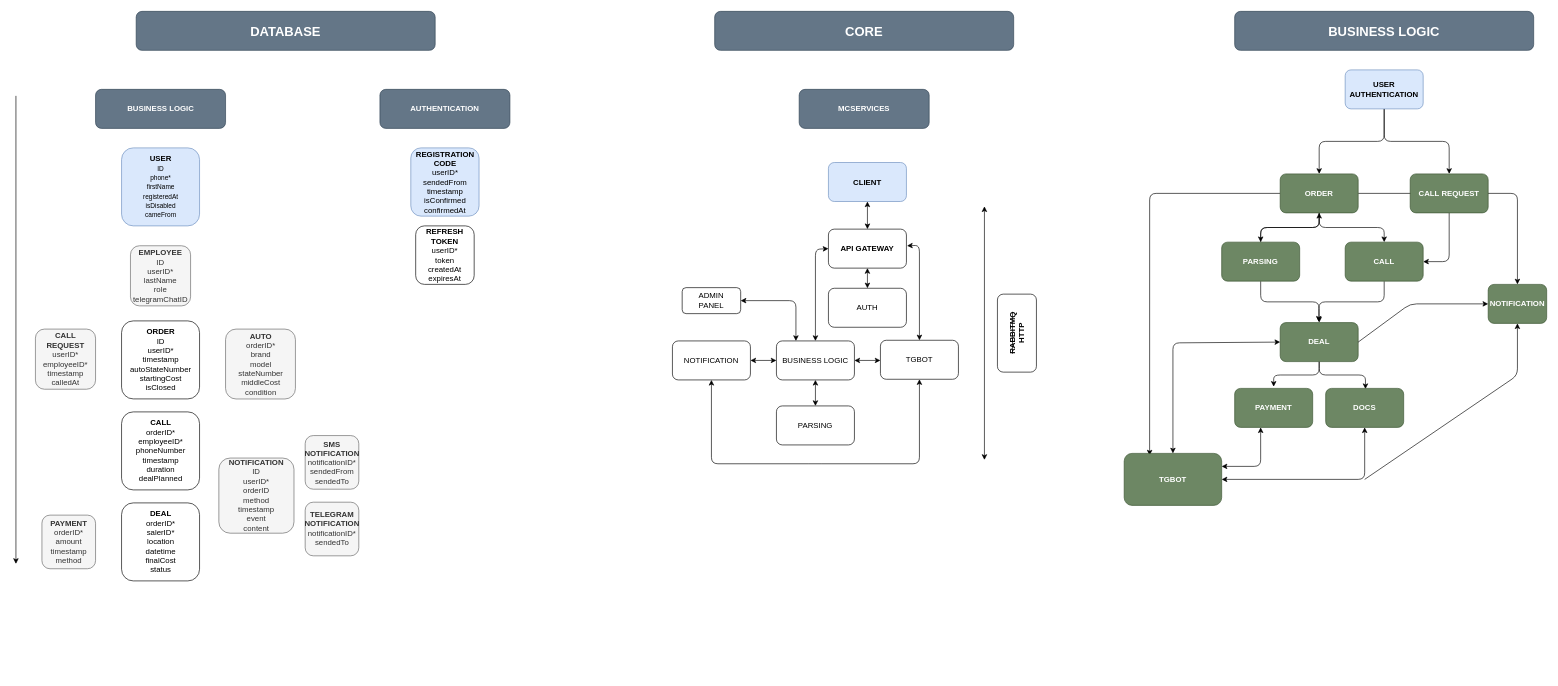
Dahaka1/GetAuto keeps this draw.io diagram as docs/AppDiagram.drawio. Above is the earlier version. Source tidied: cells renumbered, new cells numbered last; positions are measured from the earlier drawing's top-left corner, leaving out a move shared by most shapes. Both pictures are drawn from the tidied source at 65%, with x=0, y=0 at pixel (16, 11).
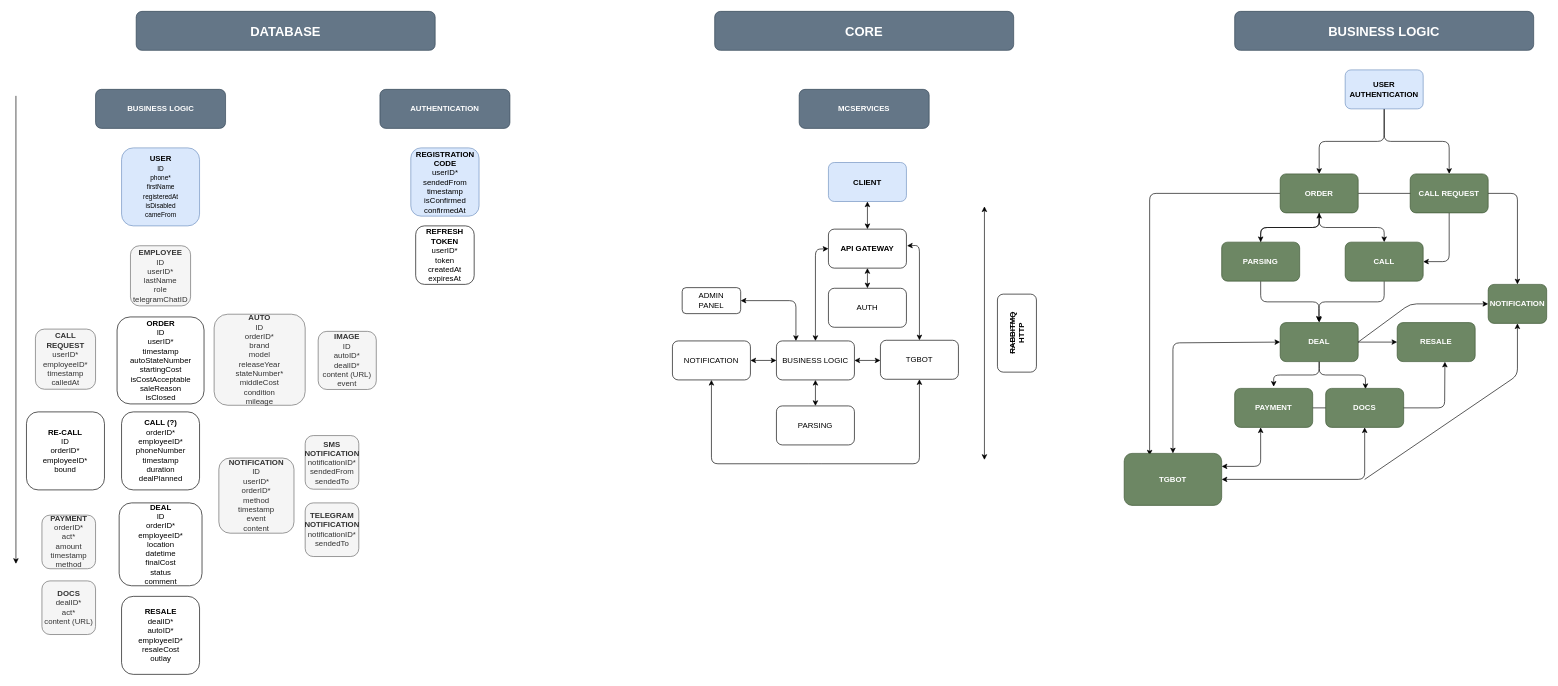
Above is the later version.

Unchanged cells that the change refers to:
```xml
<mxCell id="53" value="DEAL" style="rounded=1;whiteSpace=wrap;html=1;fillColor=#6d8764;fontColor=#ffffff;strokeColor=#3A5431;fontStyle=1;" parent="1" vertex="1">
  <mxGeometry x="1945" y="478.8" width="120" height="60" as="geometry" />
</mxCell>
<mxCell id="54" value="PAYMENT" style="rounded=1;whiteSpace=wrap;html=1;fillColor=#6d8764;fontColor=#ffffff;strokeColor=#3A5431;fontStyle=1;" parent="1" vertex="1">
  <mxGeometry x="1875" y="580" width="120" height="60" as="geometry" />
</mxCell>
```

What changed in the source:
```diff
@@
+    <mxCell id="68" style="endArrow=classic;html=1;rounded=1;exitX=1;exitY=0.5;exitDx=0;exitDy=0;entryX=0.612;entryY=1.004;entryDx=0;entryDy=0;entryPerimeter=0;" parent="1" edge="1" source="54" target="73">
+      <mxGeometry relative="1" as="geometry">
+        <Array as="points">
+          <mxPoint x="2198" y="610" />
+        </Array>
+      </mxGeometry>
+    </mxCell>
@@
-    <mxCell id="4" value="&lt;b&gt;AUTO&lt;/b&gt;&lt;br&gt;orderID*&lt;br&gt;brand&lt;br&gt;model&lt;br&gt;stateNumber&lt;br&gt;middleCost&lt;br&gt;condition" style="whiteSpace=wrap;html=1;fillColor=#f5f5f5;fontColor=#333333;strokeColor=#666666;rounded=1;" parent="1" vertex="1">
-      <mxGeometry x="322.5" y="488.8" width="107.5" height="107.5" as="geometry" />
+    <mxCell id="4" value="&lt;b&gt;AUTO&lt;br&gt;&lt;/b&gt;ID&lt;br&gt;orderID*&lt;br&gt;brand&lt;br&gt;model&lt;br&gt;releaseYear&lt;br&gt;stateNumber*&lt;br&gt;middleCost&lt;br&gt;condition&lt;br&gt;mileage" style="whiteSpace=wrap;html=1;fillColor=#f5f5f5;fontColor=#333333;strokeColor=#666666;rounded=1;" parent="1" vertex="1">
+      <mxGeometry x="304.9" y="465.9" width="140.1" height="140.1" as="geometry" />
     </mxCell>
-    <mxCell id="5" value="&lt;b&gt;ORDER&lt;br&gt;&lt;/b&gt;ID&lt;br&gt;userID*&lt;br&gt;timestamp&lt;br&gt;autoStateNumber&lt;br&gt;startingCost&lt;br&gt;isClosed" style="whiteSpace=wrap;html=1;rounded=1;" parent="1" vertex="1">
-      <mxGeometry x="162.5" y="476.2" width="120" height="120" as="geometry" />
+    <mxCell id="5" value="&lt;b&gt;ORDER&lt;br&gt;&lt;/b&gt;ID&lt;br&gt;userID*&lt;br&gt;timestamp&lt;br&gt;autoStateNumber&lt;br&gt;startingCost&lt;br&gt;isCostAcceptable&lt;br&gt;saleReason&lt;br&gt;isClosed" style="whiteSpace=wrap;html=1;rounded=1;" parent="1" vertex="1">
+      <mxGeometry x="155.6" y="470.1" width="133.8" height="133.8" as="geometry" />
     </mxCell>
-    <mxCell id="6" value="&lt;b&gt;CALL&lt;br&gt;&lt;/b&gt;orderID*&lt;br&gt;employeeID*&lt;br&gt;phoneNumber&lt;br&gt;timestamp&lt;br&gt;duration&lt;br&gt;dealPlanned" style="whiteSpace=wrap;html=1;rounded=1;" parent="1" vertex="1">
+    <mxCell id="6" value="&lt;b&gt;CALL (?)&lt;br&gt;&lt;/b&gt;orderID*&lt;br&gt;employeeID*&lt;br&gt;phoneNumber&lt;br&gt;timestamp&lt;br&gt;duration&lt;br&gt;dealPlanned" style="whiteSpace=wrap;html=1;rounded=1;" parent="1" vertex="1">
       <mxGeometry x="162.5" y="616.2" width="120" height="120" as="geometry" />
     </mxCell>
-    <mxCell id="7" value="&lt;b&gt;DEAL&lt;/b&gt;&lt;br&gt;orderID*&lt;br&gt;salerID*&lt;br&gt;location&lt;br&gt;datetime&lt;br&gt;finalCost&lt;br&gt;status" style="whiteSpace=wrap;html=1;rounded=1;" parent="1" vertex="1">
-      <mxGeometry x="162.5" y="756.2" width="120" height="120" as="geometry" />
+    <mxCell id="7" value="&lt;b&gt;DEAL&lt;br&gt;&lt;/b&gt;ID&lt;br&gt;orderID*&lt;br&gt;employeeID*&lt;br&gt;location&lt;br&gt;datetime&lt;br&gt;finalCost&lt;br&gt;status&lt;br&gt;comment" style="whiteSpace=wrap;html=1;rounded=1;" parent="1" vertex="1">
+      <mxGeometry x="158.8" y="756.2" width="127.5" height="127.5" as="geometry" />
     </mxCell>
-    <mxCell id="8" value="&lt;b&gt;PAYMENT&lt;br&gt;&lt;/b&gt;orderID*&lt;br&gt;amount&lt;br&gt;timestamp&lt;br&gt;method" style="whiteSpace=wrap;html=1;fillColor=#f5f5f5;fontColor=#333333;strokeColor=#666666;rounded=1;" parent="1" vertex="1">
+    <mxCell id="8" value="&lt;b&gt;PAYMENT&lt;br&gt;&lt;/b&gt;orderID*&lt;br&gt;act*&lt;br&gt;amount&lt;br&gt;timestamp&lt;br&gt;method" style="whiteSpace=wrap;html=1;fillColor=#f5f5f5;fontColor=#333333;strokeColor=#666666;rounded=1;" parent="1" vertex="1">
       <mxGeometry x="40" y="775" width="82.5" height="82.5" as="geometry" />
     </mxCell>
@@
-    <mxCell id="31" value="&lt;b&gt;NOTIFICATION&lt;/b&gt;&lt;br&gt;ID&lt;br&gt;userID*&lt;br&gt;orderID&lt;br&gt;method&lt;br&gt;timestamp&lt;br&gt;event&lt;br&gt;content" style="whiteSpace=wrap;html=1;fillColor=#f5f5f5;fontColor=#333333;strokeColor=#666666;direction=south;rounded=1;" parent="1" vertex="1">
+    <mxCell id="31" value="&lt;b&gt;NOTIFICATION&lt;/b&gt;&lt;br&gt;ID&lt;br&gt;userID*&lt;br&gt;orderID*&lt;br&gt;method&lt;br&gt;timestamp&lt;br&gt;event&lt;br&gt;content" style="whiteSpace=wrap;html=1;fillColor=#f5f5f5;fontColor=#333333;strokeColor=#666666;direction=south;rounded=1;" parent="1" vertex="1">
       <mxGeometry x="312.2" y="687.2" width="115.6" height="115.6" as="geometry" />
     </mxCell>
@@
     <mxCell id="33" value="&lt;b&gt;TELEGRAM&lt;br&gt;NOTIFICATION&lt;/b&gt;&lt;br&gt;notificationID*&lt;br&gt;sendedTo" style="whiteSpace=wrap;html=1;fillColor=#f5f5f5;fontColor=#333333;strokeColor=#666666;rounded=1;" parent="1" vertex="1">
-      <mxGeometry x="445" y="755.1" width="82.5" height="82.5" as="geometry" />
+      <mxGeometry x="445" y="756.2" width="82.5" height="82.5" as="geometry" />
     </mxCell>
@@
+    <mxCell id="69" value="&lt;b&gt;RE-CALL&lt;br&gt;&lt;/b&gt;ID&lt;br&gt;orderID*&lt;br&gt;employeeID*&lt;br&gt;bound" style="whiteSpace=wrap;html=1;rounded=1;" parent="1" vertex="1">
+      <mxGeometry x="16.2" y="616.2" width="120" height="120" as="geometry" />
+    </mxCell>
+    <mxCell id="70" value="&lt;b&gt;DOCS&lt;/b&gt;&lt;br&gt;dealID*&lt;br&gt;act*&lt;br&gt;content (URL)" style="whiteSpace=wrap;html=1;fillColor=#f5f5f5;fontColor=#333333;strokeColor=#666666;rounded=1;" parent="1" vertex="1">
+      <mxGeometry x="40" y="876.2" width="82.5" height="82.5" as="geometry" />
+    </mxCell>
+    <mxCell id="71" value="&lt;b&gt;IMAGE&lt;br&gt;&lt;/b&gt;ID&lt;br&gt;autoID*&lt;br&gt;dealID*&lt;br&gt;content (URL)&lt;br&gt;event" style="whiteSpace=wrap;html=1;fillColor=#f5f5f5;fontColor=#333333;strokeColor=#666666;rounded=1;" parent="1" vertex="1">
+      <mxGeometry x="465" y="492.3" width="89.4" height="89.4" as="geometry" />
+    </mxCell>
+    <mxCell id="72" value="&lt;b&gt;RESALE&lt;/b&gt;&lt;br&gt;dealID*&lt;br&gt;autoID*&lt;br&gt;employeeID*&lt;br&gt;resaleCost&lt;br&gt;outlay" style="whiteSpace=wrap;html=1;rounded=1;" parent="1" vertex="1">
+      <mxGeometry x="162.5" y="900" width="120" height="120" as="geometry" />
+    </mxCell>
+    <mxCell id="73" value="RESALE" style="rounded=1;whiteSpace=wrap;html=1;fillColor=#6d8764;fontColor=#ffffff;strokeColor=#3A5431;fontStyle=1;" parent="1" vertex="1">
+      <mxGeometry x="2125" y="478.8" width="120" height="60" as="geometry" />
+    </mxCell>
+    <mxCell id="74" style="endArrow=classic;html=1;rounded=1;exitX=1;exitY=0.5;exitDx=0;exitDy=0;entryX=0;entryY=0.5;entryDx=0;entryDy=0;" parent="1" edge="1" source="53" target="73">
+      <mxGeometry relative="1" as="geometry" />
+    </mxCell>
```
